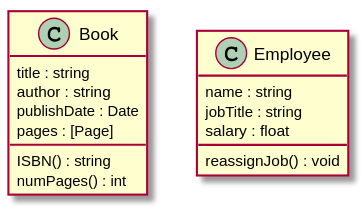
This is mdNotes/uml/introduction.svg from HowDoIGitHelp/CMSC23MDNotes, a PlantUML export, as it was before one commit. Source of this version:
```plantuml
@startuml
class Book{
  title : string
  author : string
  publishDate : Date
  pages : [Page]
  ISBN() : string
  numPages() : int
}

class Employee{
  name : string
  jobTitle : string
  salary : float
  reassignJob() : void
}
@enduml
```
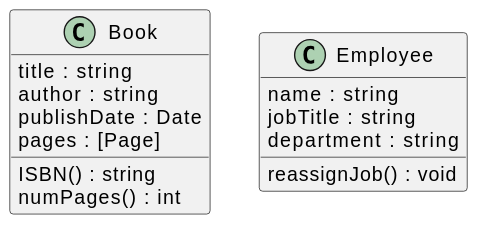
The same diagram one commit later.

Commit message:
rerender uml

Change to the diagram source:
```diff
@@ -11,7 +11,7 @@
 class Employee{
   name : string
   jobTitle : string
-  salary : float
+  department : string
   reassignJob() : void
 }
 @enduml
```
